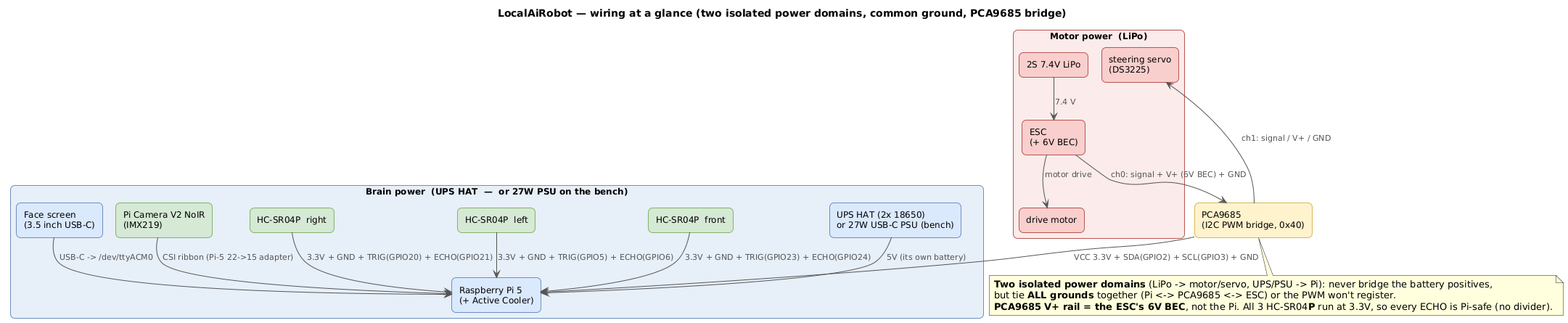
Above: docs/images/wiring.png in shen747/LocalAiRobot (PlantUML), before the change.
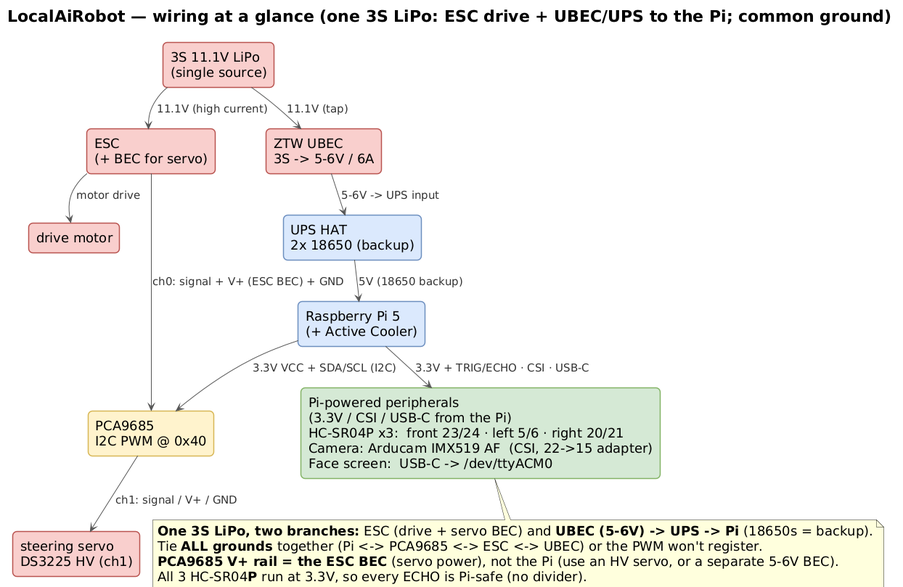
After the change.

What changed in the source:
```diff
@@ -1,18 +1,21 @@
 @startuml
 !pragma layout smetana
+top to bottom direction
 hide stereotype
-title LocalAiRobot — wiring at a glance (two isolated power domains, common ground, PCA9685 bridge)
+title LocalAiRobot — wiring at a glance (one 3S LiPo: ESC drive + UBEC/UPS to the Pi; common ground)
 
 skinparam backgroundColor white
 skinparam shadowing false
 skinparam defaultFontName Helvetica
+skinparam defaultFontSize 18
+skinparam TitleFontSize 22
 skinparam ArrowColor #555555
-skinparam ArrowFontColor #555555
-skinparam ArrowFontSize 11
+skinparam ArrowFontColor #333333
+skinparam ArrowFontSize 15
 skinparam rectangle {
   RoundCorner 12
-  FontSize 12
-  BorderThickness 1
+  FontSize 18
+  BorderThickness 1.5
   BackgroundColor<<io>> #DAE8FC
   BorderColor<<io>> #6C8EBF
   BackgroundColor<<model>> #FFF2CC
@@ -23,46 +26,32 @@
   BorderColor<<motor>> #B85450
   BackgroundColor<<store>> #F5F5F5
   BorderColor<<store>> #666666
-  BackgroundColor<<motordomain>> #FBEAEA
-  BorderColor<<motordomain>> #B85450
-  BackgroundColor<<braindomain>> #E6EEF8
-  BorderColor<<braindomain>> #6C8EBF
 }
 
-rectangle "Motor power  (LiPo)" as motorbox <<motordomain>> {
-  rectangle "2S 7.4V LiPo" as lipo <<motor>>
-  rectangle "ESC\n(+ 6V BEC)" as esc <<motor>>
-  rectangle "drive motor" as motor <<motor>>
-  rectangle "steering servo\n(DS3225)" as servo <<motor>>
-}
+rectangle "3S 11.1V LiPo\n(single source)" as lipo <<motor>>
+rectangle "ESC\n(+ BEC for servo)" as esc <<motor>>
+rectangle "drive motor" as motor <<motor>>
+rectangle "ZTW UBEC\n3S -> 5-6V / 6A" as ubec <<motor>>
+rectangle "UPS HAT\n2x 18650 (backup)" as ups <<io>>
+rectangle "Raspberry Pi 5\n(+ Active Cooler)" as pi <<io>>
+rectangle "PCA9685\nI2C PWM @ 0x40" as pca <<model>>
+rectangle "steering servo\nDS3225 HV (ch1)" as servo <<motor>>
+rectangle "Pi-powered peripherals\n(3.3V / CSI / USB-C from the Pi)\nHC-SR04P x3:  front 23/24 · left 5/6 · right 20/21\nCamera: Arducam IMX519 AF  (CSI, 22->15 adapter)\nFace screen:  USB-C -> /dev/ttyACM0" as periph <<data>>
 
-rectangle "Brain power  (UPS HAT  —  or 27W PSU on the bench)" as brainbox <<braindomain>> {
-  rectangle "Raspberry Pi 5\n(+ Active Cooler)" as pi <<io>>
-  rectangle "UPS HAT (2x 18650)\nor 27W USB-C PSU (bench)" as ups <<io>>
-  rectangle "HC-SR04P  front" as sonF <<data>>
-  rectangle "HC-SR04P  left" as sonL <<data>>
-  rectangle "HC-SR04P  right" as sonR <<data>>
-  rectangle "Pi Camera V2 NoIR\n(IMX219)" as cam <<data>>
-  rectangle "Face screen\n(3.5 inch USB-C)" as face <<io>>
-}
+lipo --> esc  : 11.1V (high current)
+lipo --> ubec : 11.1V (tap)
+esc  --> motor : motor drive
+ubec --> ups  : 5-6V -> UPS input
+ups  --> pi   : 5V (18650 backup)
+esc  --> pca  : ch0: signal + V+ (ESC BEC) + GND
+pi   --> pca  : 3.3V VCC + SDA/SCL (I2C)
+pca  --> servo : ch1: signal / V+ / GND
+pi   --> periph : 3.3V + TRIG/ECHO · CSI · USB-C
 
-rectangle "PCA9685\n(I2C PWM bridge, 0x40)" as pca <<model>>
-
-lipo --> esc : 7.4 V
-esc --> motor : motor drive
-esc --> pca : ch0: signal + V+ (6V BEC) + GND
-pca --> servo : ch1: signal / V+ / GND
-pca --> pi : VCC 3.3V + SDA(GPIO2) + SCL(GPIO3) + GND
-ups --> pi : 5V (its own battery)
-sonF --> pi : 3.3V + GND + TRIG(GPIO23) + ECHO(GPIO24)
-sonL --> pi : 3.3V + GND + TRIG(GPIO5) + ECHO(GPIO6)
-sonR --> pi : 3.3V + GND + TRIG(GPIO20) + ECHO(GPIO21)
-cam --> pi : CSI ribbon (Pi-5 22->15 adapter)
-face --> pi : USB-C -> /dev/ttyACM0
-
-note bottom of pca
-  **Two isolated power domains** (LiPo -> motor/servo, UPS/PSU -> Pi): never bridge the battery positives,
-  but tie **ALL grounds** together (Pi <-> PCA9685 <-> ESC) or the PWM won't register.
-  **PCA9685 V+ rail = the ESC's 6V BEC**, not the Pi. All 3 HC-SR04**P** run at 3.3V, so every ECHO is Pi-safe (no divider).
+note bottom of periph
+  **One 3S LiPo, two branches:** ESC (drive + servo BEC) and **UBEC (5-6V) -> UPS -> Pi** (18650s = backup).
+  Tie **ALL grounds** together (Pi <-> PCA9685 <-> ESC <-> UBEC) or the PWM won't register.
+  **PCA9685 V+ rail = the ESC BEC** (servo power), not the Pi (use an HV servo, or a separate 5-6V BEC).
+  All 3 HC-SR04**P** run at 3.3V, so every ECHO is Pi-safe (no divider).
 end note
 @enduml
```
